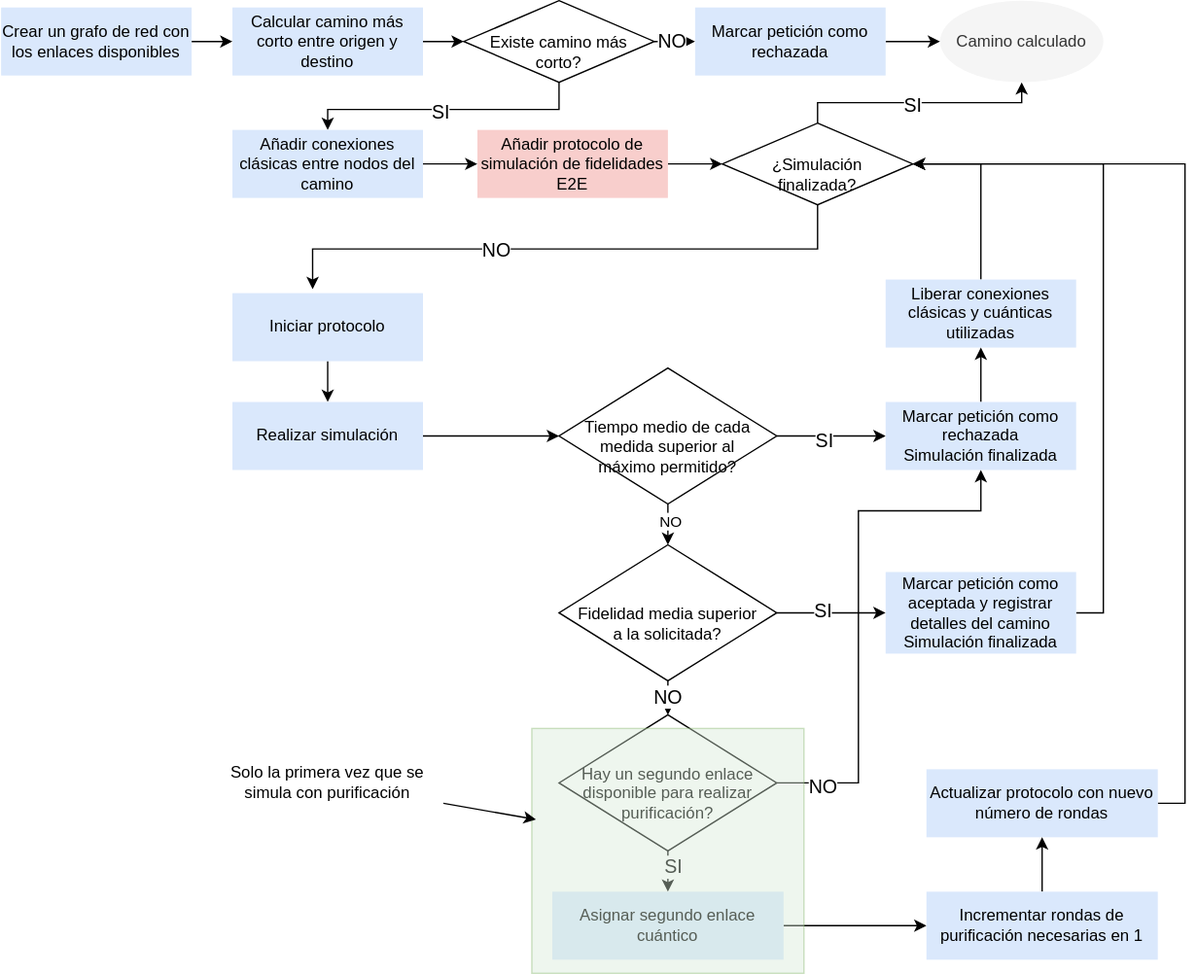
Above: Diagramas/Flujo/tec-calculatepaths.svg in davidpcuvigo/quantumcity (draw.io), before the change. Source tidied: cells renumbered, new cells last; positions are measured from the earlier drawing's top-left corner, leaving out a move shared by most shapes.
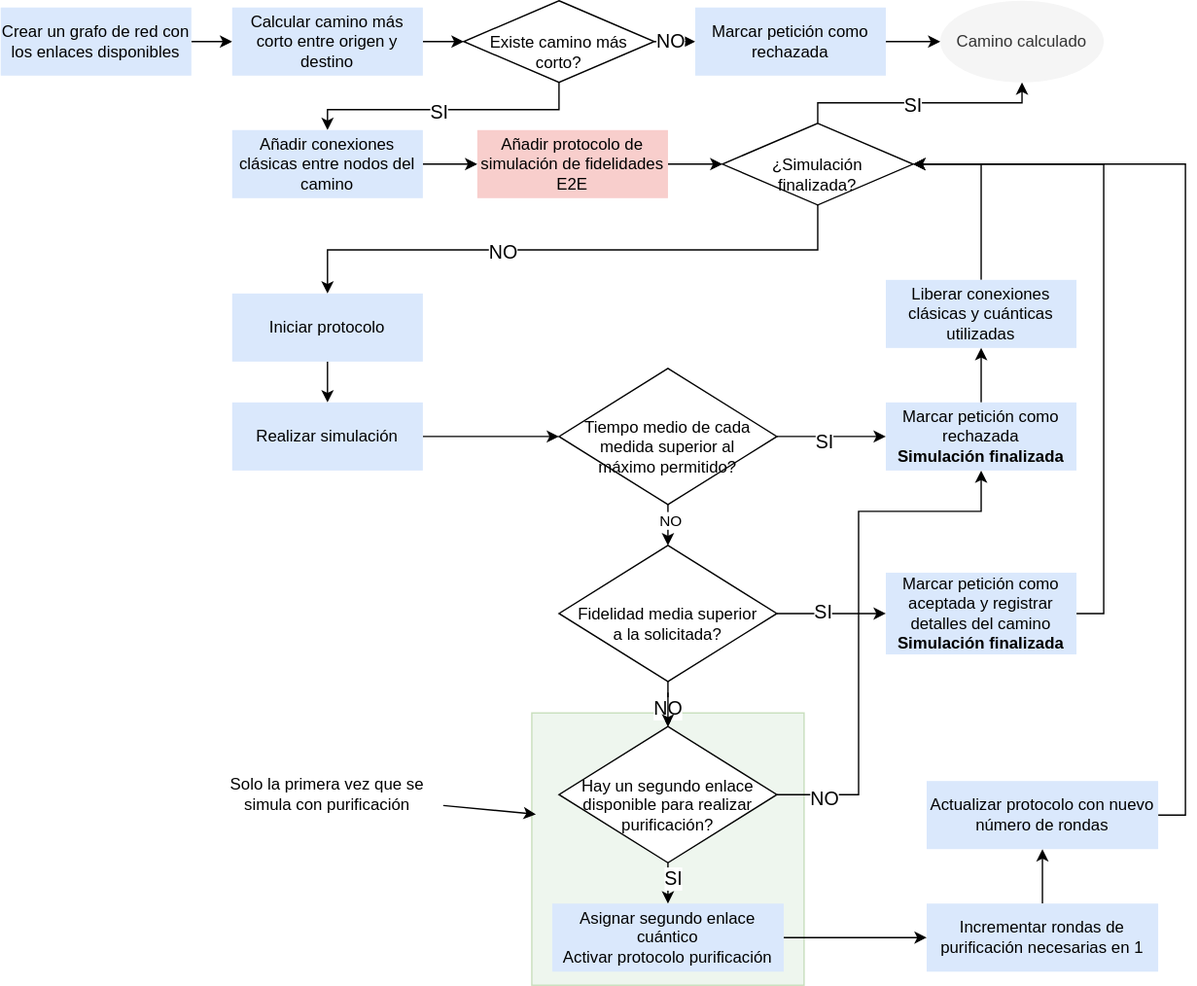
Later version of the same file.

What changed in the source:
```diff
@@ -2,6 +2,9 @@
   <root>
     <mxCell id="0" />
     <mxCell id="1" parent="0" />
+    <mxCell id="54" style="rounded=0;whiteSpace=wrap;html=1;shadow=0;opacity=40;fillColor=#d5e8d4;strokeColor=#82b366;" parent="1" vertex="1">
+      <mxGeometry x="390" y="523" width="200" height="200" as="geometry" />
+    </mxCell>
     <mxCell id="2" style="edgeStyle=orthogonalEdgeStyle;rounded=0;jettySize=auto;html=1;exitX=1;exitY=0.5;exitDx=0;exitDy=0;entryX=0;entryY=0.5;entryDx=0;entryDy=0;" parent="1" edge="1" source="3" target="10">
       <mxGeometry relative="1" as="geometry" />
     </mxCell>
@@ -103,7 +106,7 @@
     <mxCell id="30" style="edgeStyle=orthogonalEdgeStyle;rounded=0;jettySize=auto;html=1;exitX=0.5;exitY=0;exitDx=0;exitDy=0;entryX=0.5;entryY=1;entryDx=0;entryDy=0;" parent="1" edge="1" source="31" target="29">
       <mxGeometry relative="1" as="geometry" />
     </mxCell>
-    <mxCell id="31" value="Marcar petición como rechazada&lt;div&gt;Simulación finalizada&lt;/div&gt;" style="rounded=0;whiteSpace=wrap;html=1;fillColor=#dae8fc;strokeColor=none;" parent="1" vertex="1">
+    <mxCell id="31" value="Marcar petición como rechazada&lt;div&gt;&lt;b&gt;Simulación finalizada&lt;/b&gt;&lt;/div&gt;" style="rounded=0;whiteSpace=wrap;html=1;fillColor=#dae8fc;strokeColor=none;" parent="1" vertex="1">
       <mxGeometry x="650" y="295" width="140" height="50" as="geometry" />
     </mxCell>
     <mxCell id="32" style="edgeStyle=orthogonalEdgeStyle;rounded=0;jettySize=auto;html=1;exitX=1;exitY=0.5;exitDx=0;exitDy=0;entryX=0;entryY=0.5;entryDx=0;entryDy=0;" parent="1" edge="1" source="36" target="38">
@@ -112,25 +115,30 @@
     <mxCell id="33" value="&lt;font style=&quot;font-size: 14px;&quot;&gt;SI&lt;/font&gt;" style="edgeLabel;html=1;align=center;verticalAlign=middle;" parent="32" vertex="1">
       <mxGeometry x="-0.17" y="2" relative="1" as="geometry" />
     </mxCell>
-    <mxCell id="34" style="edgeStyle=orthogonalEdgeStyle;rounded=0;jettySize=auto;html=1;exitX=0.5;exitY=1;exitDx=0;exitDy=0;entryX=0.5;entryY=0;entryDx=0;entryDy=0;" parent="1" edge="1" source="36" target="43">
-      <mxGeometry relative="1" as="geometry" />
+    <mxCell id="34" style="edgeStyle=orthogonalEdgeStyle;rounded=0;jettySize=auto;html=1;exitX=0.5;exitY=1;exitDx=0;exitDy=0;entryX=0.5;entryY=0;entryDx=0;entryDy=0;" parent="1" edge="1" target="43">
+      <mxGeometry relative="1" as="geometry">
+        <mxPoint x="490" y="508" as="sourcePoint" />
+      </mxGeometry>
     </mxCell>
     <mxCell id="35" value="&lt;font style=&quot;font-size: 14px;&quot;&gt;NO&lt;/font&gt;" style="edgeLabel;html=1;align=center;verticalAlign=middle;" parent="34" vertex="1">
       <mxGeometry x="-0.12" y="-1" relative="1" as="geometry" />
     </mxCell>
+    <mxCell id="57" style="edgeStyle=orthogonalEdgeStyle;rounded=0;jettySize=auto;html=1;" parent="1" edge="1" source="36" target="43">
+      <mxGeometry relative="1" as="geometry" />
+    </mxCell>
     <mxCell id="36" value="Fidelidad media superior a la solicitada?" style="rhombus;whiteSpace=wrap;html=1;align=center;spacingTop=22;spacingBottom=6;spacingLeft=6;spacingRight=6;spacing=8;" parent="1" vertex="1">
       <mxGeometry x="410" y="400" width="160" height="100" as="geometry" />
     </mxCell>
     <mxCell id="37" style="edgeStyle=orthogonalEdgeStyle;rounded=0;jettySize=auto;html=1;exitX=1;exitY=0.5;exitDx=0;exitDy=0;entryX=1;entryY=0.5;entryDx=0;entryDy=0;" parent="1" edge="1" source="38" target="17">
       <mxGeometry relative="1" as="geometry" />
     </mxCell>
-    <mxCell id="38" value="Marcar petición como aceptada y registrar detalles del camino&lt;div&gt;Simulación finalizada&lt;/div&gt;" style="rounded=0;whiteSpace=wrap;html=1;fillColor=#dae8fc;strokeColor=none;" parent="1" vertex="1">
+    <mxCell id="38" value="Marcar petición como aceptada y registrar detalles del camino&lt;div&gt;&lt;b&gt;Simulación finalizada&lt;/b&gt;&lt;/div&gt;" style="rounded=0;whiteSpace=wrap;html=1;fillColor=#dae8fc;strokeColor=none;" parent="1" vertex="1">
       <mxGeometry x="650" y="420" width="140" height="60" as="geometry" />
     </mxCell>
     <mxCell id="39" style="edgeStyle=orthogonalEdgeStyle;rounded=0;jettySize=auto;html=1;exitX=1;exitY=0.5;exitDx=0;exitDy=0;entryX=0.5;entryY=1;entryDx=0;entryDy=0;" parent="1" edge="1" source="43" target="31">
       <mxGeometry relative="1" as="geometry">
         <Array as="points">
-          <mxPoint x="630" y="575" />
+          <mxPoint x="630" y="583" />
           <mxPoint x="630" y="375" />
           <mxPoint x="720" y="375" />
         </Array>
@@ -146,10 +154,17 @@
       <mxGeometry x="-0.27" y="3" relative="1" as="geometry" />
     </mxCell>
     <mxCell id="43" value="Hay un segundo enlace disponible para realizar purificación?" style="rhombus;whiteSpace=wrap;html=1;align=center;spacingTop=22;spacingBottom=6;spacingLeft=6;spacingRight=6;spacing=8;" parent="1" vertex="1">
-      <mxGeometry x="410" y="525" width="160" height="100" as="geometry" />
+      <mxGeometry x="410" y="533" width="160" height="100" as="geometry" />
     </mxCell>
-    <mxCell id="44" style="edgeStyle=orthogonalEdgeStyle;rounded=0;jettySize=auto;html=1;exitX=0.5;exitY=1;exitDx=0;exitDy=0;entryX=0.421;entryY=-0.06;entryDx=0;entryDy=0;entryPerimeter=0;" parent="1" edge="1" source="17" target="20">
-      <mxGeometry relative="1" as="geometry" />
+    <mxCell id="44" style="edgeStyle=orthogonalEdgeStyle;rounded=0;jettySize=auto;html=1;exitX=0.5;exitY=1;exitDx=0;exitDy=0;" parent="1" edge="1" source="17">
+      <mxGeometry relative="1" as="geometry">
+        <mxPoint x="240" y="215" as="targetPoint" />
+        <Array as="points">
+          <mxPoint x="600" y="183" />
+          <mxPoint x="240" y="183" />
+          <mxPoint x="240" y="212" />
+        </Array>
+      </mxGeometry>
     </mxCell>
     <mxCell id="45" value="&lt;font style=&quot;font-size: 14px;&quot;&gt;NO&lt;/font&gt;" style="edgeLabel;html=1;align=center;verticalAlign=middle;" parent="44" vertex="1">
       <mxGeometry x="0.24" y="1" relative="1" as="geometry" />
@@ -157,14 +172,14 @@
     <mxCell id="46" style="edgeStyle=orthogonalEdgeStyle;rounded=0;jettySize=auto;html=1;exitX=1;exitY=0.5;exitDx=0;exitDy=0;entryX=0;entryY=0.5;entryDx=0;entryDy=0;" parent="1" edge="1" source="47" target="53">
       <mxGeometry relative="1" as="geometry" />
     </mxCell>
-    <mxCell id="47" value="Asignar segundo enlace cuántico" style="rounded=0;whiteSpace=wrap;html=1;fillColor=#dae8fc;strokeColor=none;" parent="1" vertex="1">
-      <mxGeometry x="405" y="655" width="170" height="50" as="geometry" />
+    <mxCell id="47" value="Asignar segundo enlace cuántico&lt;div&gt;Activar protocolo purificación&lt;/div&gt;" style="rounded=0;whiteSpace=wrap;html=1;fillColor=#dae8fc;strokeColor=none;" parent="1" vertex="1">
+      <mxGeometry x="405" y="663" width="170" height="50" as="geometry" />
     </mxCell>
     <mxCell id="48" style="edgeStyle=orthogonalEdgeStyle;rounded=0;jettySize=auto;html=1;exitX=1;exitY=0.5;exitDx=0;exitDy=0;entryX=1;entryY=0.5;entryDx=0;entryDy=0;" parent="1" edge="1" source="49" target="17">
       <mxGeometry relative="1" as="geometry" />
     </mxCell>
     <mxCell id="49" value="Actualizar protocolo con nuevo número de rondas" style="rounded=0;whiteSpace=wrap;html=1;fillColor=#dae8fc;strokeColor=none;" parent="1" vertex="1">
-      <mxGeometry x="680" y="565" width="170" height="50" as="geometry" />
+      <mxGeometry x="680" y="573" width="170" height="50" as="geometry" />
     </mxCell>
     <mxCell id="50" style="edgeStyle=orthogonalEdgeStyle;rounded=0;jettySize=auto;html=1;exitX=1;exitY=0.5;exitDx=0;exitDy=0;" parent="1" edge="1" source="51" target="18">
       <mxGeometry relative="1" as="geometry" />
@@ -176,13 +191,10 @@
       <mxGeometry relative="1" as="geometry" />
     </mxCell>
     <mxCell id="53" value="Incrementar rondas de purificación necesarias en 1" style="rounded=0;whiteSpace=wrap;html=1;fillColor=#dae8fc;strokeColor=none;" parent="1" vertex="1">
-      <mxGeometry x="680" y="655" width="170" height="50" as="geometry" />
+      <mxGeometry x="680" y="663" width="170" height="50" as="geometry" />
     </mxCell>
-    <mxCell id="54" style="rounded=0;whiteSpace=wrap;html=1;shadow=0;opacity=40;fillColor=#d5e8d4;strokeColor=#82b366;" parent="1" vertex="1">
-      <mxGeometry x="390" y="535" width="200" height="180" as="geometry" />
-    </mxCell>
     <mxCell id="55" value="Solo la primera vez que se simula con purificación" style="text;html=1;align=center;verticalAlign=middle;whiteSpace=wrap;rounded=0;strokeColor=none;" parent="1" vertex="1">
-      <mxGeometry x="155" y="560" width="170" height="30" as="geometry" />
+      <mxGeometry x="155" y="568" width="170" height="30" as="geometry" />
     </mxCell>
     <mxCell id="56" style="endArrow=classic;html=1;rounded=0;entryX=0.015;entryY=0.372;entryDx=0;entryDy=0;entryPerimeter=0;" parent="1" edge="1" source="55" target="54">
       <mxGeometry relative="1" as="geometry" />
```
